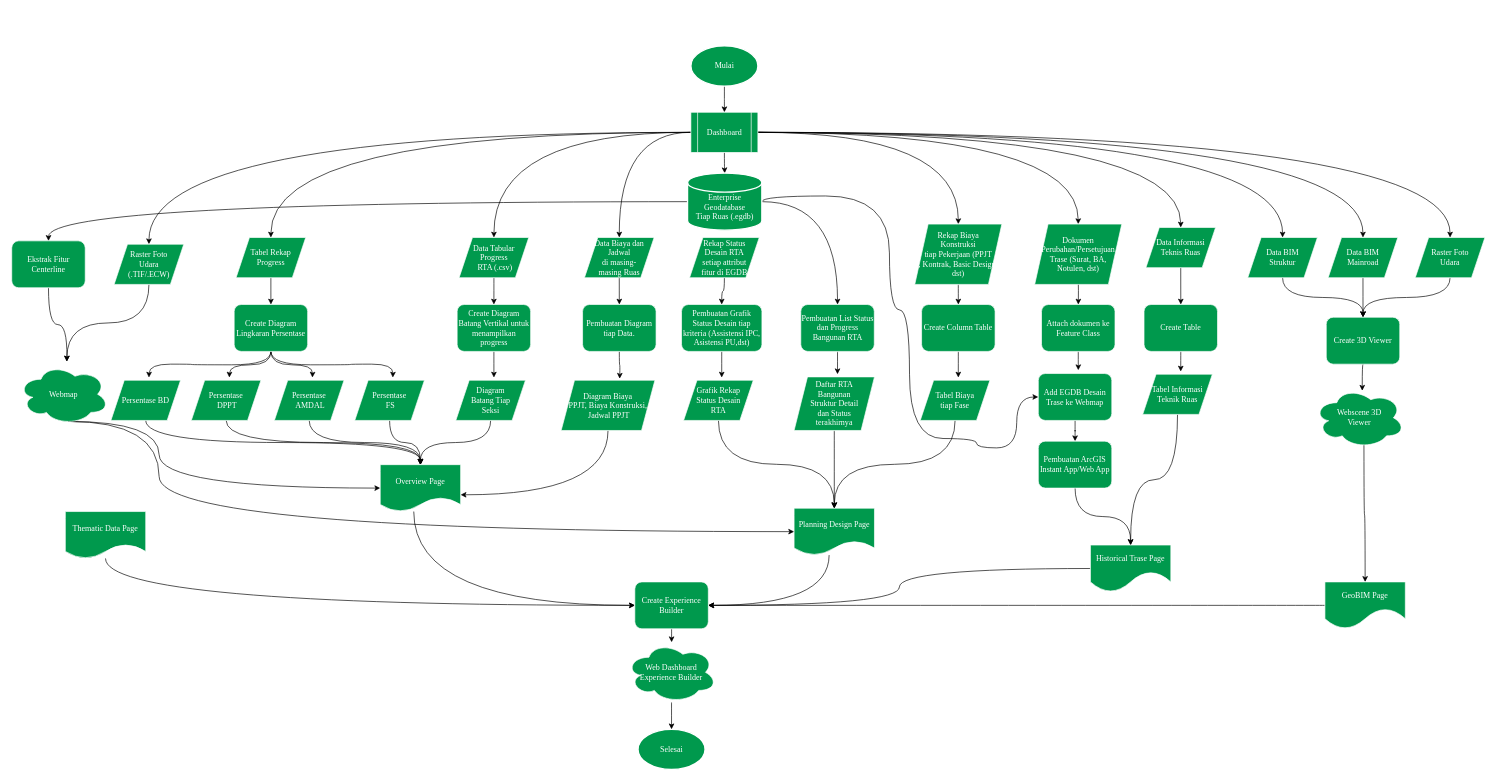
Above: Flowchart GIS-Cut.drawio in dhanyyudi/filediagramalir (draw.io), before the change. Source tidied: cells renumbered, new cells numbered last; positions are measured from the earlier drawing's top-left corner, leaving out a move shared by most shapes. Both pictures are drawn from the tidied source at 67%, with x=0, y=0 at pixel (11, 46).
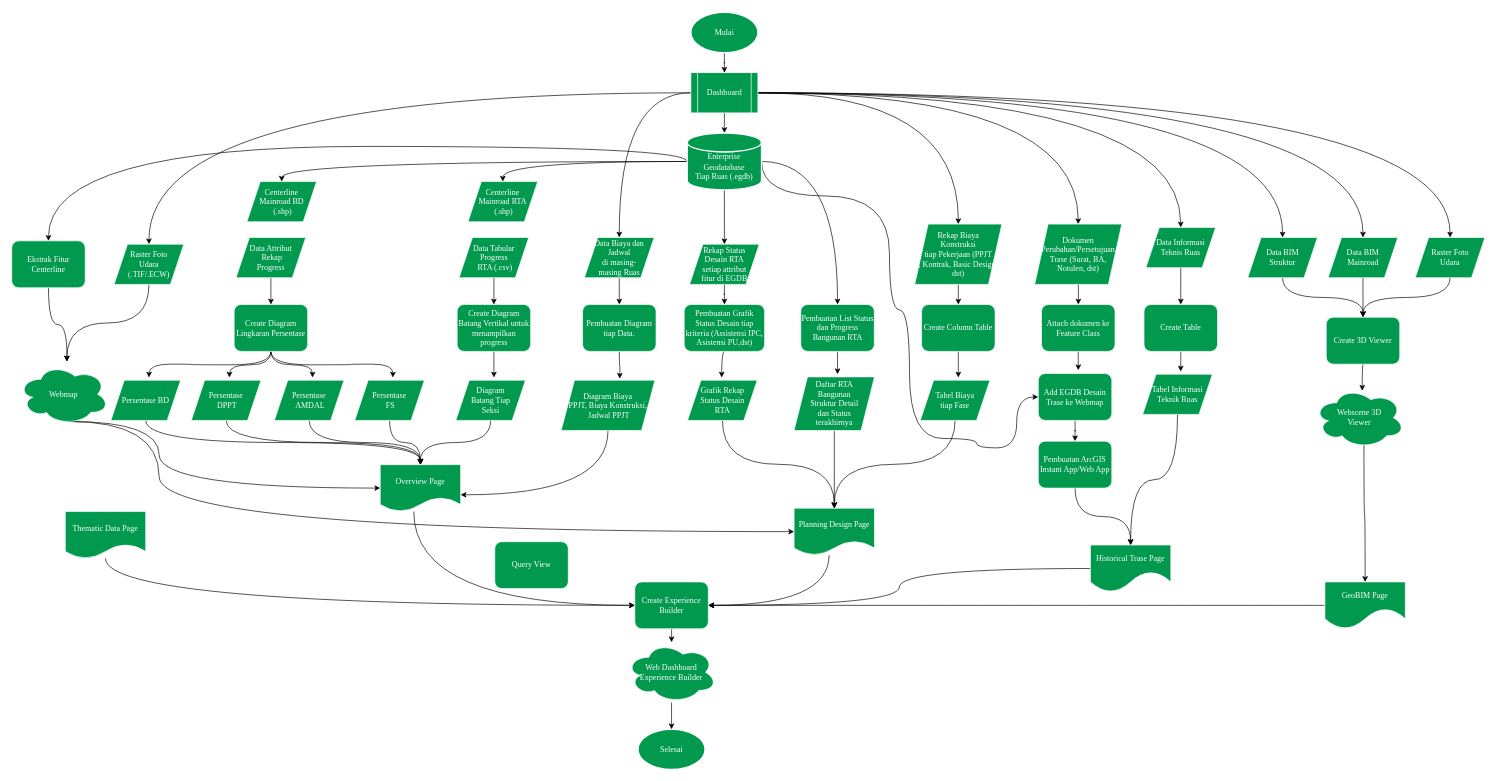
The same page after the edit.

Unchanged cells that the change refers to:
```xml
<mxCell id="43" value="&lt;font face=&quot;Times New Roman&quot;&gt;Data Tabular Progress&lt;br&gt;&amp;nbsp;RTA (.csv)&lt;/font&gt;" style="shape=parallelogram;perimeter=parallelogramPerimeter;whiteSpace=wrap;html=1;fixedSize=1;strokeColor=#FFFFFF;fontFamily=Tahoma;fontColor=#FFFFFF;fillColor=#00994D;" parent="1" vertex="1">
  <mxGeometry x="667.7" y="286" width="104" height="60" as="geometry" />
</mxCell>
<mxCell id="99" value="&lt;font face=&quot;Times New Roman&quot;&gt;Ekstrak Fitur Centerline&lt;/font&gt;" style="rounded=1;whiteSpace=wrap;html=1;strokeColor=#FFFFFF;fontFamily=Tahoma;fontColor=#FFFFFF;fillColor=#00994D;" parent="1" vertex="1">
  <mxGeometry y="291" width="109.7" height="70" as="geometry" />
</mxCell>
```

Change to the diagram source:
```diff
@@
     <mxCell id="3" value="&lt;font face=&quot;Times New Roman&quot; color=&quot;#ffffff&quot;&gt;Mulai&lt;/font&gt;" style="strokeWidth=2;html=1;shape=mxgraph.flowchart.start_1;whiteSpace=wrap;fontFamily=Tahoma;fillColor=#00994D;strokeColor=#FFFFFF;" parent="1" vertex="1">
-      <mxGeometry x="1013.7" width="100" height="60" as="geometry" />
+      <mxGeometry x="1013.7" y="-50" width="100" height="60" as="geometry" />
     </mxCell>
@@
-    <mxCell id="6" style="edgeStyle=orthogonalEdgeStyle;curved=1;rounded=0;jettySize=auto;html=1;exitX=0;exitY=0.5;exitDx=0;exitDy=0;fontSize=9;" parent="1" edge="1" source="15" target="51">
-      <mxGeometry relative="1" as="geometry" />
-    </mxCell>
-    <mxCell id="7" style="edgeStyle=orthogonalEdgeStyle;curved=1;rounded=0;jettySize=auto;html=1;exitX=0;exitY=0.5;exitDx=0;exitDy=0;fontSize=9;" parent="1" edge="1" source="15" target="43">
-      <mxGeometry relative="1" as="geometry" />
-    </mxCell>
@@
     <mxCell id="15" value="Dashboard" style="shape=process;whiteSpace=wrap;html=1;backgroundOutline=1;strokeColor=#FFFFFF;fontFamily=Times New Roman;fontSize=12;fontColor=#FFFFFF;fillColor=#00994D;" parent="1" vertex="1">
-      <mxGeometry x="1013.7" y="99" width="100" height="60" as="geometry" />
+      <mxGeometry x="1013.7" y="40" width="100" height="60" as="geometry" />
     </mxCell>
@@
-    <mxCell id="51" value="&lt;font face=&quot;Times New Roman&quot;&gt;Tabel Rekap Progress&lt;/font&gt;" style="shape=parallelogram;perimeter=parallelogramPerimeter;whiteSpace=wrap;html=1;fixedSize=1;strokeColor=#FFFFFF;fontFamily=Tahoma;fontColor=#FFFFFF;fillColor=#00994D;" parent="1" vertex="1">
+    <mxCell id="51" value="&lt;font face=&quot;Times New Roman&quot;&gt;Data Attribut&lt;br&gt;&amp;nbsp;Rekap &lt;br&gt;Progress&lt;/font&gt;" style="shape=parallelogram;perimeter=parallelogramPerimeter;whiteSpace=wrap;html=1;fixedSize=1;strokeColor=#FFFFFF;fontFamily=Tahoma;fontColor=#FFFFFF;fillColor=#00994D;" parent="1" vertex="1">
       <mxGeometry x="334.8" y="286" width="104" height="60" as="geometry" />
     </mxCell>
@@
     <mxCell id="59" value="&lt;font face=&quot;Times New Roman&quot;&gt;Rekap Status &lt;br&gt;Desain RTA &lt;br&gt;setiap attribut &lt;br&gt;fitur di EGDB&lt;/font&gt;" style="shape=parallelogram;perimeter=parallelogramPerimeter;whiteSpace=wrap;html=1;fixedSize=1;strokeColor=#FFFFFF;fontFamily=Tahoma;fontColor=#FFFFFF;fillColor=#00994D;" parent="1" vertex="1">
-      <mxGeometry x="1011.7" y="286" width="104" height="60" as="geometry" />
+      <mxGeometry x="1011.7" y="296" width="104" height="60" as="geometry" />
     </mxCell>
@@
     <mxCell id="61" value="&lt;font face=&quot;Times New Roman&quot;&gt;Pembuatan Grafik Status Desain tiap kriteria (Assistensi IPC, Asistensi PU,dst)&lt;/font&gt;" style="rounded=1;whiteSpace=wrap;html=1;strokeColor=#FFFFFF;fontFamily=Tahoma;fontColor=#FFFFFF;fillColor=#00994D;" parent="1" vertex="1">
-      <mxGeometry x="999.7" y="386" width="120" height="70" as="geometry" />
+      <mxGeometry x="1003.7" y="386" width="120" height="70" as="geometry" />
     </mxCell>
@@
     <mxCell id="63" value="&lt;font face=&quot;Times New Roman&quot;&gt;Grafik Rekap &lt;br&gt;Status Desain &lt;br&gt;RTA&lt;/font&gt;" style="shape=parallelogram;perimeter=parallelogramPerimeter;whiteSpace=wrap;html=1;fixedSize=1;strokeColor=#FFFFFF;fontFamily=Tahoma;fontColor=#FFFFFF;fillColor=#00994D;" parent="1" vertex="1">
-      <mxGeometry x="1002.8" y="499" width="104" height="60" as="geometry" />
+      <mxGeometry x="1008.7" y="499" width="104" height="60" as="geometry" />
     </mxCell>
@@
+    <mxCell id="109" style="edgeStyle=orthogonalEdgeStyle;rounded=0;jettySize=auto;html=1;exitX=0.5;exitY=1;exitDx=0;exitDy=0;exitPerimeter=0;entryX=0.5;entryY=0;entryDx=0;entryDy=0;" parent="1" edge="1" source="103" target="59">
+      <mxGeometry relative="1" as="geometry" />
+    </mxCell>
+    <mxCell id="110" style="edgeStyle=orthogonalEdgeStyle;curved=1;rounded=0;jettySize=auto;html=1;exitX=0;exitY=0.5;exitDx=0;exitDy=0;exitPerimeter=0;entryX=0.5;entryY=0;entryDx=0;entryDy=0;" parent="1" edge="1" source="103" target="112">
+      <mxGeometry relative="1" as="geometry" />
+    </mxCell>
+    <mxCell id="111" style="edgeStyle=orthogonalEdgeStyle;curved=1;rounded=0;jettySize=auto;html=1;exitX=0;exitY=0.5;exitDx=0;exitDy=0;exitPerimeter=0;entryX=0.5;entryY=0;entryDx=0;entryDy=0;" parent="1" edge="1" source="103" target="113">
+      <mxGeometry relative="1" as="geometry" />
+    </mxCell>
-    <mxCell id="102" style="edgeStyle=orthogonalEdgeStyle;curved=1;rounded=0;jettySize=auto;html=1;exitX=0;exitY=0.5;exitDx=0;exitDy=0;exitPerimeter=0;fontSize=9;" parent="1" edge="1" source="103" target="99">
-      <mxGeometry relative="1" as="geometry" />
+    <mxCell id="102" style="edgeStyle=orthogonalEdgeStyle;curved=1;rounded=0;jettySize=auto;html=1;exitX=0;exitY=0.5;exitDx=0;exitDy=0;exitPerimeter=0;entryX=0.5;entryY=0;entryDx=0;entryDy=0;" parent="1" edge="1" source="103" target="99">
+      <mxGeometry relative="1" as="geometry">
+        <Array as="points">
+          <mxPoint x="1008" y="150" />
+          <mxPoint x="55" y="150" />
+        </Array>
+      </mxGeometry>
     </mxCell>
     <mxCell id="103" value="&lt;font color=&quot;#ffffff&quot;&gt;&lt;br&gt;Enterprise Geodatabase &lt;br&gt;Tiap Ruas (.egdb)&lt;/font&gt;" style="strokeWidth=2;html=1;shape=mxgraph.flowchart.database;whiteSpace=wrap;strokeColor=#FFFFFF;fontFamily=Times New Roman;fontSize=12;fontColor=#000000;fillColor=#00994D;align=center;" parent="1" vertex="1">
-      <mxGeometry x="1008.7" y="190" width="110.9" height="85" as="geometry" />
+      <mxGeometry x="1008.2" y="130" width="110.9" height="85" as="geometry" />
     </mxCell>
@@
+    <mxCell id="112" value="&lt;font face=&quot;Times New Roman&quot;&gt;Centerline &lt;br&gt;Mainroad RTA&lt;br&gt;&amp;nbsp;(.shp)&lt;/font&gt;" style="shape=parallelogram;perimeter=parallelogramPerimeter;whiteSpace=wrap;html=1;fixedSize=1;strokeColor=#FFFFFF;fontFamily=Tahoma;fontColor=#FFFFFF;fillColor=#00994D;" parent="1" vertex="1">
+      <mxGeometry x="681" y="202.5" width="104" height="60" as="geometry" />
+    </mxCell>
+    <mxCell id="113" value="&lt;font face=&quot;Times New Roman&quot;&gt;Centerline &lt;br&gt;Mainroad BD&lt;br&gt;&amp;nbsp;(.shp)&lt;/font&gt;" style="shape=parallelogram;perimeter=parallelogramPerimeter;whiteSpace=wrap;html=1;fixedSize=1;strokeColor=#FFFFFF;fontFamily=Tahoma;fontColor=#FFFFFF;fillColor=#00994D;" parent="1" vertex="1">
+      <mxGeometry x="351" y="202.5" width="104" height="60" as="geometry" />
+    </mxCell>
+    <mxCell id="114" value="&lt;font face=&quot;Times New Roman&quot;&gt;Query View&lt;/font&gt;" style="rounded=1;whiteSpace=wrap;html=1;strokeColor=#FFFFFF;fontFamily=Tahoma;fontColor=#FFFFFF;fillColor=#00994D;" parent="1" vertex="1">
+      <mxGeometry x="721" y="740" width="109.7" height="70" as="geometry" />
+    </mxCell>
```
